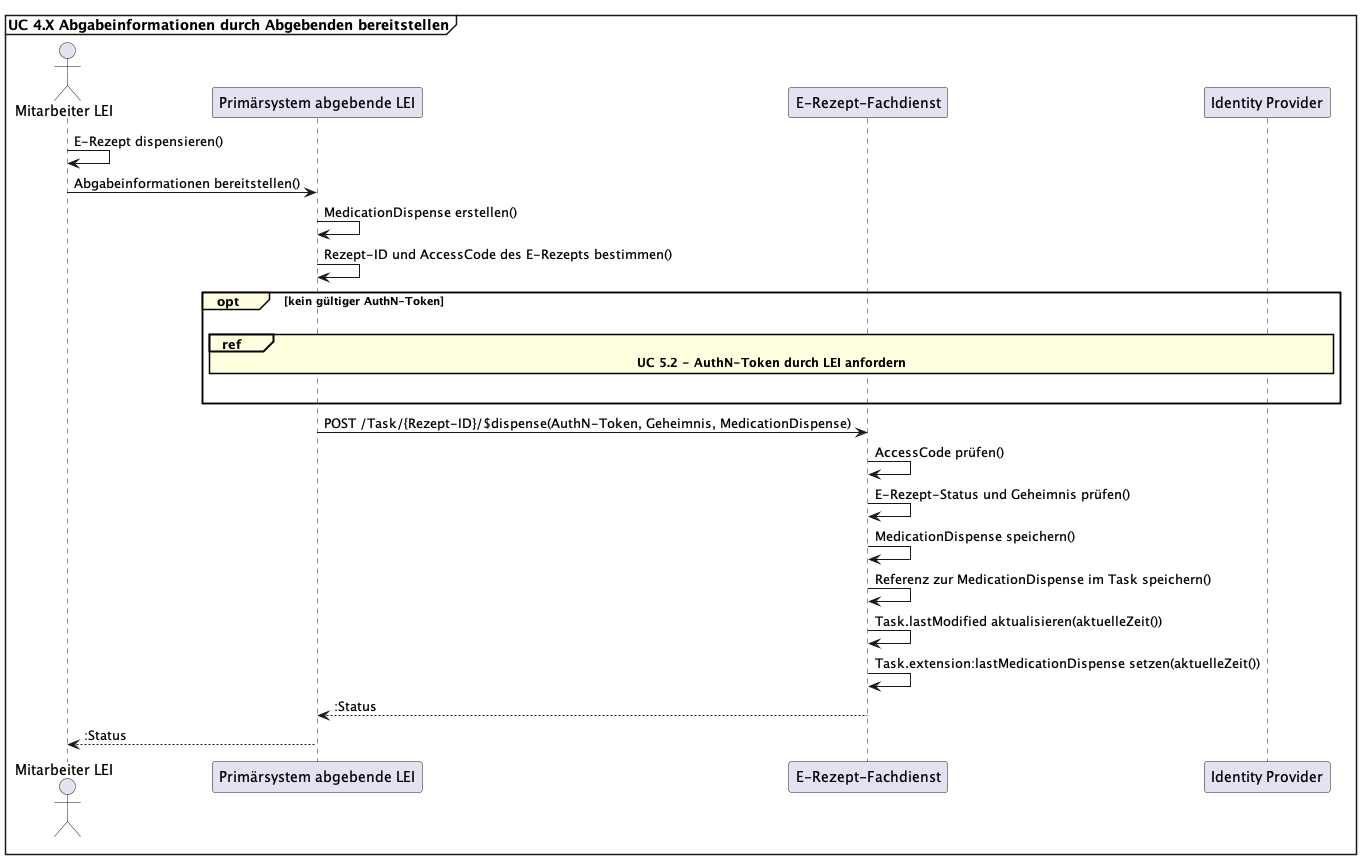
Before: images/puml_uc_abgabeinformationen_bereitstellen.png, a diagram exported from PlantUML (gematik/api-erp).
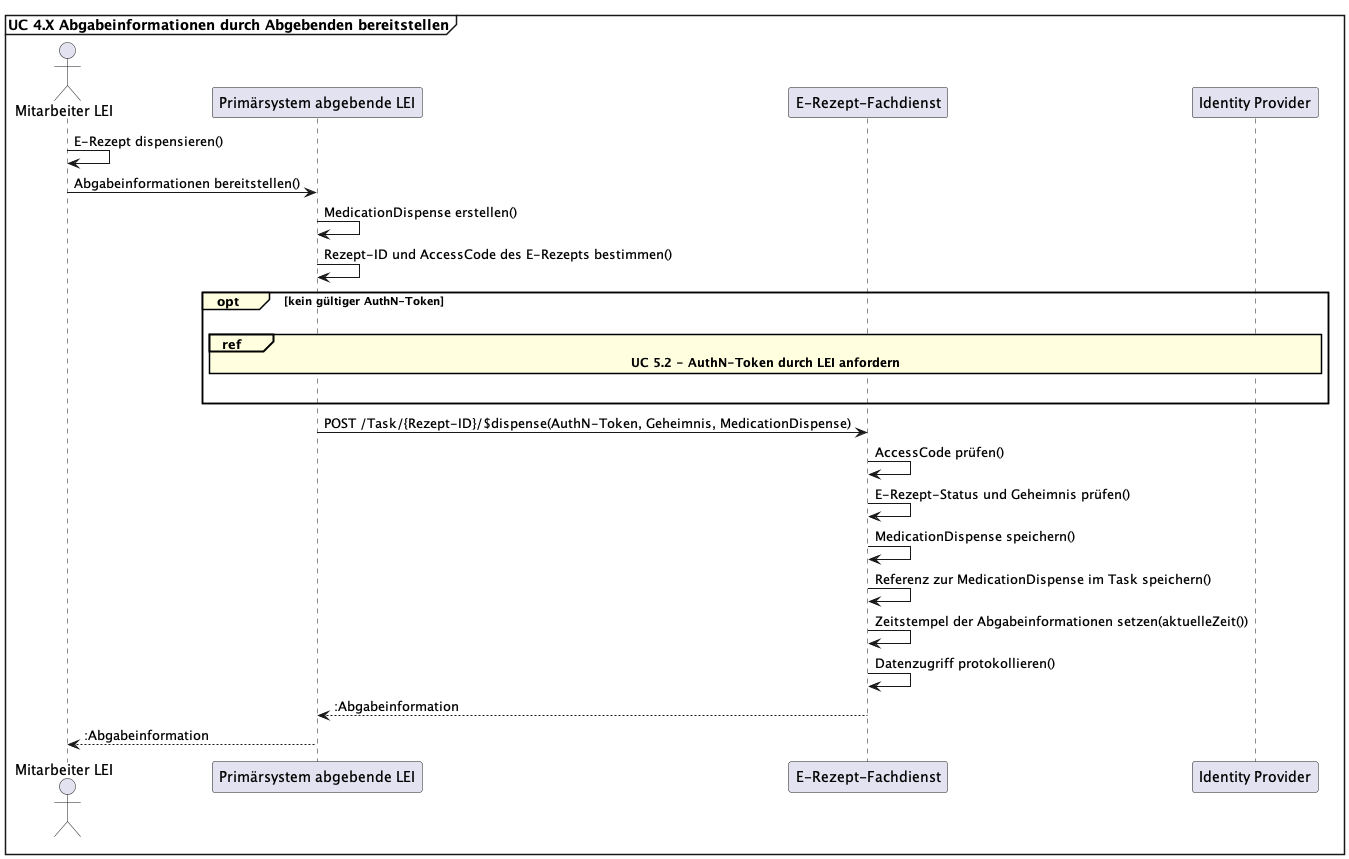
The same diagram one commit later.

Diff of the diagram source:
```diff
@@ -22,9 +22,9 @@
 FD -> FD: E-Rezept-Status und Geheimnis prüfen()
 FD -> FD: MedicationDispense speichern()
 FD -> FD: Referenz zur MedicationDispense im Task speichern()
-FD -> FD: Task.lastModified aktualisieren(aktuelleZeit())
-FD -> FD: Task.extension:lastMedicationDispense setzen(aktuelleZeit())
-FD --> AVS: :Status
-AVS --> Apotheker: :Status
+FD -> FD: Zeitstempel der Abgabeinformationen setzen(aktuelleZeit())
+FD -> FD: Datenzugriff protokollieren()
+FD --> AVS: :Abgabeinformation
+AVS --> Apotheker: :Abgabeinformation
 
 @enduml
```
